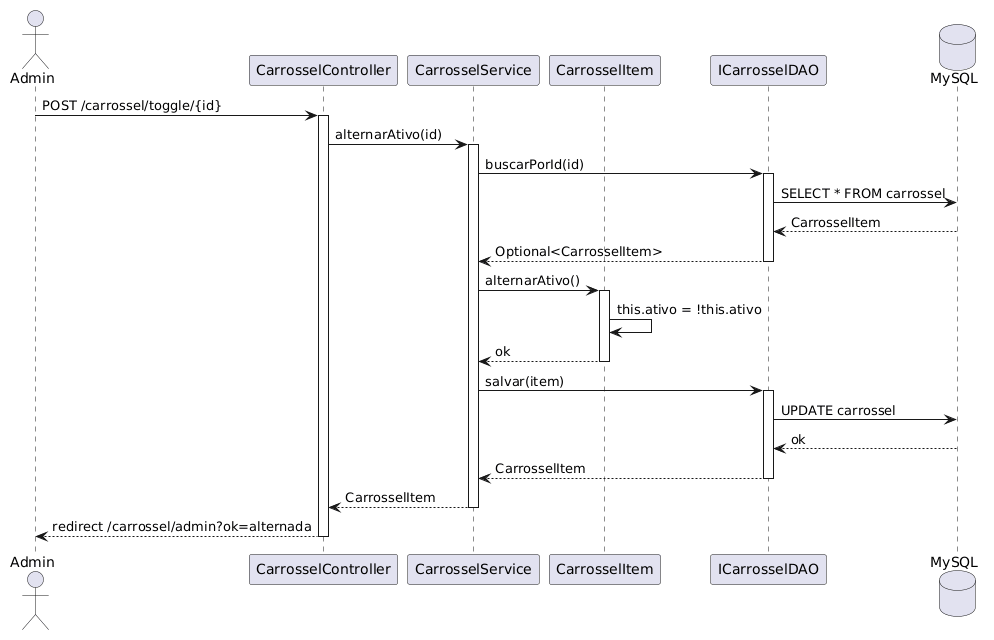
MatheusAbib/Jornal-de-Receitas keeps this PlantUML diagram as Diagramas/Diagramas de Sequência/Carrossel/Diagrama de Sequencia - Alternar Carrossel Ativo.png. Above is the earlier version. Its diagram source:
```plantuml
@startuml
actor "Admin" as admin
participant "CarrosselController" as controller
participant "CarrosselService" as service
participant "CarrosselItem" as item
participant "ICarrosselDAO" as dao
database "MySQL" as db

admin -> controller : POST /carrossel/toggle/{id}
activate controller

controller -> service : alternarAtivo(id)
activate service

service -> dao : buscarPorId(id)
activate dao
dao -> db : SELECT * FROM carrossel
db --> dao : CarrosselItem
dao --> service : Optional<CarrosselItem>
deactivate dao

service -> item : alternarAtivo()
activate item
item -> item : this.ativo = !this.ativo
item --> service : ok
deactivate item

service -> dao : salvar(item)
activate dao
dao -> db : UPDATE carrossel
db --> dao : ok
dao --> service : CarrosselItem
deactivate dao

service --> controller : CarrosselItem
deactivate service

controller --> admin : redirect /carrossel/admin?ok=alternada
deactivate controller
@enduml
```
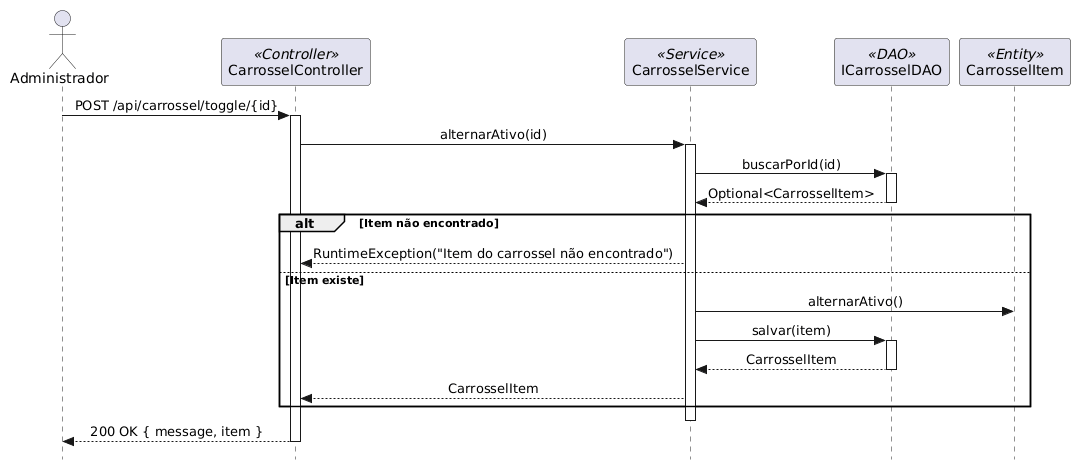
Above is the later version.

Diff of the diagram source:
```diff
@@ -1,40 +1,33 @@
 @startuml
-actor "Admin" as admin
-participant "CarrosselController" as controller
-participant "CarrosselService" as service
-participant "CarrosselItem" as item
-participant "ICarrosselDAO" as dao
-database "MySQL" as db
+skinparam style strictuml
+skinparam sequenceMessageAlign center
+skinparam shadowing false
 
-admin -> controller : POST /carrossel/toggle/{id}
-activate controller
+actor "Administrador" as admin
+participant "CarrosselController" as ctrl <<Controller>>
+participant "CarrosselService" as svc <<Service>>
+participant "ICarrosselDAO" as dao <<DAO>>
+participant "CarrosselItem" as model <<Entity>>
 
-controller -> service : alternarAtivo(id)
-activate service
-
-service -> dao : buscarPorId(id)
+admin -> ctrl: POST /api/carrossel/toggle/{id}
+activate ctrl
+ctrl -> svc: alternarAtivo(id)
+activate svc
+svc -> dao: buscarPorId(id)
 activate dao
-dao -> db : SELECT * FROM carrossel
-db --> dao : CarrosselItem
-dao --> service : Optional<CarrosselItem>
+dao --> svc: Optional<CarrosselItem>
 deactivate dao
-
-service -> item : alternarAtivo()
-activate item
-item -> item : this.ativo = !this.ativo
-item --> service : ok
-deactivate item
-
-service -> dao : salvar(item)
-activate dao
-dao -> db : UPDATE carrossel
-db --> dao : ok
-dao --> service : CarrosselItem
-deactivate dao
-
-service --> controller : CarrosselItem
-deactivate service
-
-controller --> admin : redirect /carrossel/admin?ok=alternada
-deactivate controller
+alt Item não encontrado
+    svc --> ctrl: RuntimeException("Item do carrossel não encontrado")
+else Item existe
+    svc -> model: alternarAtivo()
+    svc -> dao: salvar(item)
+    activate dao
+    dao --> svc: CarrosselItem
+    deactivate dao
+    svc --> ctrl: CarrosselItem
+end
+deactivate svc
+ctrl --> admin: 200 OK { message, item }
+deactivate ctrl
 @enduml
```
